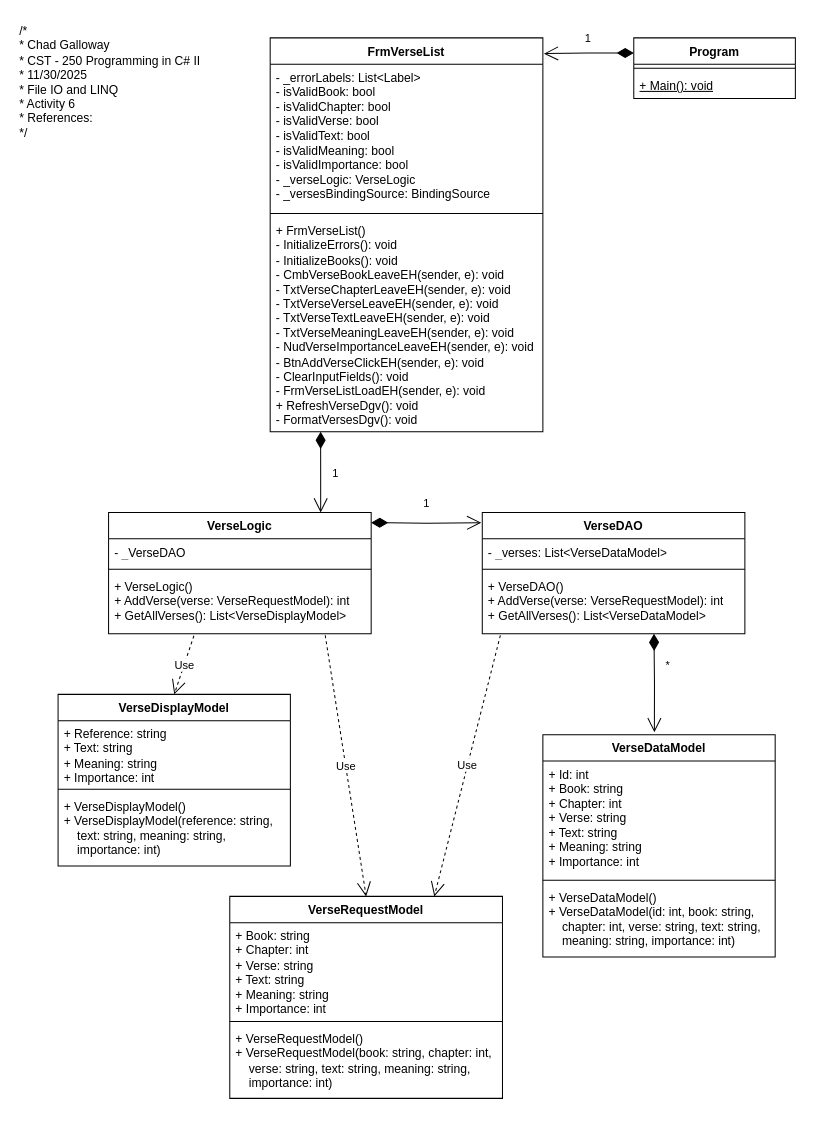
Above: Activity6/Pictures/Section 1 Classes UML.drawio in CGalloway3/CST-250-Projects (draw.io), before the change. Source tidied: cells renumbered, new cells numbered last; positions are measured from the earlier drawing's top-left corner, leaving out a move shared by most shapes. Both pictures are drawn from the tidied source at 101%, with x=0, y=0 at pixel (17, 17).
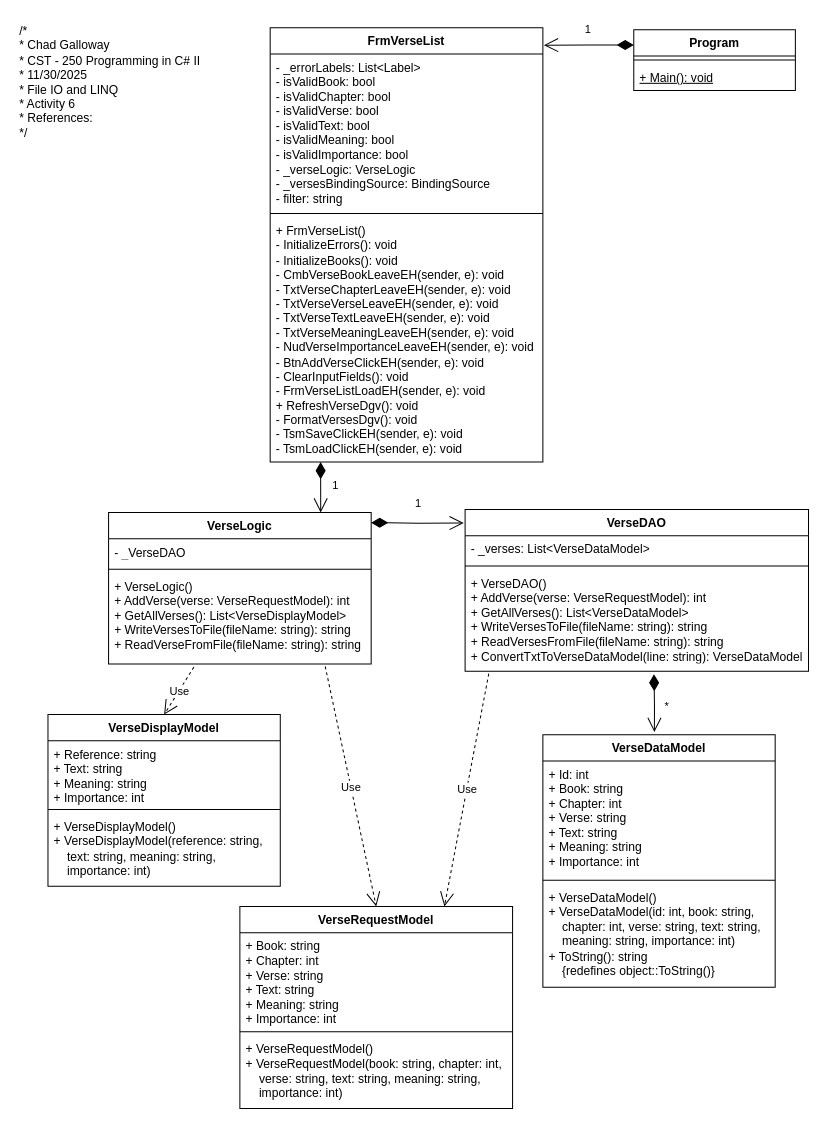
After the change.

The edit, as a diff of the source:
```diff
@@
     <mxCell id="3" value="Program" style="swimlane;fontStyle=1;align=center;verticalAlign=top;horizontal=1;startSize=26;whiteSpace=wrap;html=1;" parent="1" vertex="1">
-      <mxGeometry x="610" y="20" width="160" height="60" as="geometry" />
+      <mxGeometry x="610" y="12" width="160" height="60" as="geometry" />
     </mxCell>
@@
     <mxCell id="6" value="VerseLogic" style="swimlane;fontStyle=1;align=center;verticalAlign=top;horizontal=1;startSize=26;whiteSpace=wrap;html=1;" parent="1" vertex="1">
-      <mxGeometry x="90" y="490" width="260" height="120" as="geometry" />
+      <mxGeometry x="90" y="490" width="260" height="150" as="geometry" />
     </mxCell>
@@
-    <mxCell id="9" value="+ VerseLogic()&lt;div&gt;+ AddVerse(verse: VerseRequestModel): int&lt;/div&gt;&lt;div&gt;+ GetAllVerses(): List&amp;lt;VerseDisplayModel&amp;gt;&lt;/div&gt;" style="text;strokeColor=none;fillColor=none;align=left;verticalAlign=top;spacingLeft=4;spacingRight=4;overflow=hidden;points=[[0,0.5],[1,0.5]];portConstraint=eastwest;whiteSpace=wrap;html=1;" parent="6" vertex="1">
-      <mxGeometry y="60" width="260" height="60" as="geometry" />
+    <mxCell id="9" value="+ VerseLogic()&lt;div&gt;+ AddVerse(verse: VerseRequestModel): int&lt;/div&gt;&lt;div&gt;+ GetAllVerses(): List&amp;lt;VerseDisplayModel&amp;gt;&lt;/div&gt;&lt;div&gt;+ WriteVersesToFile(fileName: string): string&lt;/div&gt;&lt;div&gt;+ ReadVerseFromFile(fileName: string): string&lt;/div&gt;" style="text;strokeColor=none;fillColor=none;align=left;verticalAlign=top;spacingLeft=4;spacingRight=4;overflow=hidden;points=[[0,0.5],[1,0.5]];portConstraint=eastwest;whiteSpace=wrap;html=1;" parent="6" vertex="1">
+      <mxGeometry y="60" width="260" height="90" as="geometry" />
     </mxCell>
     <mxCell id="10" value="FrmVerseList" style="swimlane;fontStyle=1;align=center;verticalAlign=top;horizontal=1;startSize=26;whiteSpace=wrap;html=1;" parent="1" vertex="1">
-      <mxGeometry x="250" y="20" width="270" height="390" as="geometry" />
+      <mxGeometry x="250" y="10" width="270" height="430" as="geometry" />
     </mxCell>
-    <mxCell id="11" value="&lt;div&gt;- _errorLabels: List&amp;lt;Label&amp;gt;&lt;/div&gt;&lt;div&gt;- isValidBook: bool&lt;/div&gt;&lt;div&gt;- isValidChapter&lt;span style=&quot;background-color: transparent; color: light-dark(rgb(0, 0, 0), rgb(255, 255, 255));&quot;&gt;: bool&lt;/span&gt;&lt;/div&gt;&lt;div&gt;- isValidVerse&lt;span style=&quot;background-color: transparent; color: light-dark(rgb(0, 0, 0), rgb(255, 255, 255));&quot;&gt;: bool&lt;/span&gt;&lt;/div&gt;&lt;div&gt;- isValidText&lt;span style=&quot;background-color: transparent; color: light-dark(rgb(0, 0, 0), rgb(255, 255, 255));&quot;&gt;: bool&lt;/span&gt;&lt;/div&gt;&lt;div&gt;- isValidMeaning&lt;span style=&quot;background-color: transparent; color: light-dark(rgb(0, 0, 0), rgb(255, 255, 255));&quot;&gt;: bool&lt;/span&gt;&lt;/div&gt;&lt;div&gt;- isValidImportance&lt;span style=&quot;background-color: transparent; color: light-dark(rgb(0, 0, 0), rgb(255, 255, 255));&quot;&gt;: bool&lt;/span&gt;&lt;/div&gt;&lt;div&gt;- _verseLogic: VerseLogic&lt;/div&gt;&lt;div&gt;- _versesBindingSource: BindingSource&lt;/div&gt;&lt;div&gt;&lt;br&gt;&lt;/div&gt;" style="text;strokeColor=none;fillColor=none;align=left;verticalAlign=top;spacingLeft=4;spacingRight=4;overflow=hidden;whiteSpace=wrap;html=1;" parent="10" vertex="1">
-      <mxGeometry y="26" width="270" height="144" as="geometry" />
+    <mxCell id="11" value="&lt;div&gt;- _errorLabels: List&amp;lt;Label&amp;gt;&lt;/div&gt;&lt;div&gt;- isValidBook: bool&lt;/div&gt;&lt;div&gt;- isValidChapter&lt;span style=&quot;background-color: transparent; color: light-dark(rgb(0, 0, 0), rgb(255, 255, 255));&quot;&gt;: bool&lt;/span&gt;&lt;/div&gt;&lt;div&gt;- isValidVerse&lt;span style=&quot;background-color: transparent; color: light-dark(rgb(0, 0, 0), rgb(255, 255, 255));&quot;&gt;: bool&lt;/span&gt;&lt;/div&gt;&lt;div&gt;- isValidText&lt;span style=&quot;background-color: transparent; color: light-dark(rgb(0, 0, 0), rgb(255, 255, 255));&quot;&gt;: bool&lt;/span&gt;&lt;/div&gt;&lt;div&gt;- isValidMeaning&lt;span style=&quot;background-color: transparent; color: light-dark(rgb(0, 0, 0), rgb(255, 255, 255));&quot;&gt;: bool&lt;/span&gt;&lt;/div&gt;&lt;div&gt;- isValidImportance&lt;span style=&quot;background-color: transparent; color: light-dark(rgb(0, 0, 0), rgb(255, 255, 255));&quot;&gt;: bool&lt;/span&gt;&lt;/div&gt;&lt;div&gt;- _verseLogic: VerseLogic&lt;/div&gt;&lt;div&gt;- _versesBindingSource: BindingSource&lt;/div&gt;&lt;div&gt;- filter: string&lt;/div&gt;&lt;div&gt;&lt;br&gt;&lt;/div&gt;" style="text;strokeColor=none;fillColor=none;align=left;verticalAlign=top;spacingLeft=4;spacingRight=4;overflow=hidden;whiteSpace=wrap;html=1;" parent="10" vertex="1">
+      <mxGeometry y="26" width="270" height="154" as="geometry" />
     </mxCell>
     <mxCell id="12" style="line;strokeWidth=1;fillColor=none;align=left;verticalAlign=middle;spacingTop=-1;spacingLeft=3;spacingRight=3;labelPosition=right;strokeColor=inherit;" parent="10" vertex="1">
-      <mxGeometry y="170" width="270" height="8" as="geometry" />
+      <mxGeometry y="180" width="270" height="8" as="geometry" />
     </mxCell>
-    <mxCell id="13" value="&lt;div&gt;+ FrmVerseList()&lt;/div&gt;&lt;div&gt;&lt;span style=&quot;background-color: transparent; color: light-dark(rgb(0, 0, 0), rgb(255, 255, 255));&quot;&gt;- InitializeErrors(): void&lt;/span&gt;&lt;/div&gt;&lt;div&gt;- InitializeBooks(): void&lt;/div&gt;&lt;div&gt;- CmbVerseBookLeaveEH(sender, e): void&lt;/div&gt;&lt;div&gt;- TxtVerseChapterLeaveEH(sender, e): void&lt;/div&gt;&lt;div&gt;- TxtVerseVerseLeaveEH(sender, e): void&lt;/div&gt;&lt;div&gt;- TxtVerseTextLeaveEH(sender, e): void&lt;/div&gt;&lt;div&gt;&lt;span style=&quot;background-color: transparent; color: light-dark(rgb(0, 0, 0), rgb(255, 255, 255));&quot;&gt;- TxtVerseMeaningLeaveEH(sender, e): void&lt;/span&gt;&lt;/div&gt;&lt;div&gt;- NudVerseImportanceLeaveEH(sender, e): void&lt;/div&gt;&lt;div&gt;- BtnAddVerseClickEH(sender, e): void&lt;/div&gt;&lt;div&gt;- ClearInputFields(): void&lt;/div&gt;&lt;div&gt;- FrmVerseListLoadEH(sender, e): void&lt;/div&gt;&lt;div&gt;+ RefreshVerseDgv(): void&lt;/div&gt;&lt;div&gt;- FormatVersesDgv(): void&lt;/div&gt;" style="text;strokeColor=none;fillColor=none;align=left;verticalAlign=top;spacingLeft=4;spacingRight=4;overflow=hidden;points=[[0,0.5],[1,0.5]];portConstraint=eastwest;whiteSpace=wrap;html=1;" parent="10" vertex="1">
-      <mxGeometry y="178" width="270" height="212" as="geometry" />
+    <mxCell id="13" value="&lt;div&gt;+ FrmVerseList()&lt;/div&gt;&lt;div&gt;&lt;span style=&quot;background-color: transparent; color: light-dark(rgb(0, 0, 0), rgb(255, 255, 255));&quot;&gt;- InitializeErrors(): void&lt;/span&gt;&lt;/div&gt;&lt;div&gt;- InitializeBooks(): void&lt;/div&gt;&lt;div&gt;- CmbVerseBookLeaveEH(sender, e): void&lt;/div&gt;&lt;div&gt;- TxtVerseChapterLeaveEH(sender, e): void&lt;/div&gt;&lt;div&gt;- TxtVerseVerseLeaveEH(sender, e): void&lt;/div&gt;&lt;div&gt;- TxtVerseTextLeaveEH(sender, e): void&lt;/div&gt;&lt;div&gt;&lt;span style=&quot;background-color: transparent; color: light-dark(rgb(0, 0, 0), rgb(255, 255, 255));&quot;&gt;- TxtVerseMeaningLeaveEH(sender, e): void&lt;/span&gt;&lt;/div&gt;&lt;div&gt;- NudVerseImportanceLeaveEH(sender, e): void&lt;/div&gt;&lt;div&gt;- BtnAddVerseClickEH(sender, e): void&lt;/div&gt;&lt;div&gt;- ClearInputFields(): void&lt;/div&gt;&lt;div&gt;- FrmVerseListLoadEH(sender, e): void&lt;/div&gt;&lt;div&gt;+ RefreshVerseDgv(): void&lt;/div&gt;&lt;div&gt;- FormatVersesDgv(): void&lt;/div&gt;&lt;div&gt;- TsmSaveClickEH(sender, e): void&lt;/div&gt;&lt;div&gt;- TsmLoadClickEH(sender, e): void&lt;/div&gt;" style="text;strokeColor=none;fillColor=none;align=left;verticalAlign=top;spacingLeft=4;spacingRight=4;overflow=hidden;points=[[0,0.5],[1,0.5]];portConstraint=eastwest;whiteSpace=wrap;html=1;" parent="10" vertex="1">
+      <mxGeometry y="188" width="270" height="242" as="geometry" />
     </mxCell>
     <mxCell id="14" value="VerseDataModel" style="swimlane;fontStyle=1;align=center;verticalAlign=top;horizontal=1;startSize=26;whiteSpace=wrap;html=1;" parent="1" vertex="1">
-      <mxGeometry x="520" y="710" width="230" height="220" as="geometry" />
+      <mxGeometry x="520" y="710" width="230" height="250" as="geometry" />
     </mxCell>
@@
-    <mxCell id="17" value="+ VerseDataModel()&lt;div&gt;+ VerseDataModel(id: int, book: string,&amp;nbsp; &amp;nbsp; &amp;nbsp; &amp;nbsp; chapter: int, verse: string, text: string,&amp;nbsp; &amp;nbsp; &amp;nbsp; meaning: string, importance: int)&lt;/div&gt;" style="text;strokeColor=none;fillColor=none;align=left;verticalAlign=top;spacingLeft=4;spacingRight=4;overflow=hidden;whiteSpace=wrap;html=1;" parent="14" vertex="1">
-      <mxGeometry y="148" width="230" height="72" as="geometry" />
+    <mxCell id="17" value="+ VerseDataModel()&lt;div&gt;+ VerseDataModel(id: int, book: string,&amp;nbsp; &amp;nbsp; &amp;nbsp; &amp;nbsp; chapter: int, verse: string, text: string,&amp;nbsp; &amp;nbsp; &amp;nbsp; meaning: string, importance: int)&lt;/div&gt;&lt;div&gt;+ ToString(): string&amp;nbsp;&lt;/div&gt;&lt;div&gt;&amp;nbsp; &amp;nbsp; {redefines object::ToString()}&lt;/div&gt;" style="text;strokeColor=none;fillColor=none;align=left;verticalAlign=top;spacingLeft=4;spacingRight=4;overflow=hidden;whiteSpace=wrap;html=1;" parent="14" vertex="1">
+      <mxGeometry y="148" width="230" height="102" as="geometry" />
     </mxCell>
     <mxCell id="18" value="VerseDisplayModel" style="swimlane;fontStyle=1;align=center;verticalAlign=top;horizontal=1;startSize=26;whiteSpace=wrap;html=1;" parent="1" vertex="1">
-      <mxGeometry x="40" y="670" width="230" height="170" as="geometry" />
+      <mxGeometry x="30" y="690" width="230" height="170" as="geometry" />
     </mxCell>
@@
     <mxCell id="22" value="VerseRequestModel" style="swimlane;fontStyle=1;align=center;verticalAlign=top;horizontal=1;startSize=26;whiteSpace=wrap;html=1;" parent="1" vertex="1">
-      <mxGeometry x="210" y="870" width="270" height="200" as="geometry" />
+      <mxGeometry x="220" y="880" width="270" height="200" as="geometry" />
     </mxCell>
@@
     <mxCell id="26" value="VerseDAO" style="swimlane;fontStyle=1;align=center;verticalAlign=top;horizontal=1;startSize=26;whiteSpace=wrap;html=1;" parent="1" vertex="1">
-      <mxGeometry x="460" y="490" width="260" height="120" as="geometry" />
+      <mxGeometry x="443" y="487" width="340" height="160" as="geometry" />
     </mxCell>
     <mxCell id="27" value="- _verses: List&amp;lt;VerseDataModel&amp;gt;" style="text;strokeColor=none;fillColor=none;align=left;verticalAlign=top;spacingLeft=4;spacingRight=4;overflow=hidden;whiteSpace=wrap;html=1;" parent="26" vertex="1">
-      <mxGeometry y="26" width="260" height="26" as="geometry" />
+      <mxGeometry y="26" width="340" height="26" as="geometry" />
     </mxCell>
     <mxCell id="28" style="line;strokeWidth=1;fillColor=none;align=left;verticalAlign=middle;spacingTop=-1;spacingLeft=3;spacingRight=3;labelPosition=right;strokeColor=inherit;" parent="26" vertex="1">
-      <mxGeometry y="52" width="260" height="8" as="geometry" />
+      <mxGeometry y="52" width="340" height="8" as="geometry" />
     </mxCell>
-    <mxCell id="29" value="+ VerseDAO()&lt;div&gt;+ AddVerse(verse: VerseRequestModel): int&lt;/div&gt;&lt;div&gt;+ GetAllVerses(): List&amp;lt;VerseDataModel&amp;gt;&lt;/div&gt;" style="text;strokeColor=none;fillColor=none;align=left;verticalAlign=top;spacingLeft=4;spacingRight=4;overflow=hidden;points=[[0,0.5],[1,0.5]];portConstraint=eastwest;whiteSpace=wrap;html=1;" parent="26" vertex="1">
-      <mxGeometry y="60" width="260" height="60" as="geometry" />
+    <mxCell id="29" value="+ VerseDAO()&lt;div&gt;+ AddVerse(verse: VerseRequestModel): int&lt;/div&gt;&lt;div&gt;+ GetAllVerses(): List&amp;lt;VerseDataModel&amp;gt;&lt;/div&gt;&lt;div&gt;+ WriteVersesToFile(fileName: string): string&lt;/div&gt;&lt;div&gt;+ ReadVersesFromFile(fileName: string): string&lt;/div&gt;&lt;div&gt;+ ConvertTxtToVerseDataModel(line: string): VerseDataModel&lt;/div&gt;" style="text;strokeColor=none;fillColor=none;align=left;verticalAlign=top;spacingLeft=4;spacingRight=4;overflow=hidden;points=[[0,0.5],[1,0.5]];portConstraint=eastwest;whiteSpace=wrap;html=1;" parent="26" vertex="1">
+      <mxGeometry y="60" width="340" height="100" as="geometry" />
     </mxCell>
@@
     <mxCell id="36" value="*" style="endArrow=open;html=1;endSize=12;startArrow=diamondThin;startSize=14;startFill=1;edgeStyle=orthogonalEdgeStyle;align=left;verticalAlign=bottom;rounded=0;entryX=0.48;entryY=-0.011;entryDx=0;entryDy=0;entryPerimeter=0;" parent="1" edge="1" target="14">
-      <mxGeometry x="-0.18" y="10" relative="1" as="geometry">
-        <mxPoint x="630" y="610" as="sourcePoint" />
+      <mxGeometry x="0.45" y="10" relative="1" as="geometry">
+        <mxPoint x="630" y="650" as="sourcePoint" />
+        <mxPoint x="-1" y="-1" as="offset" />
       </mxGeometry>
     </mxCell>
```
